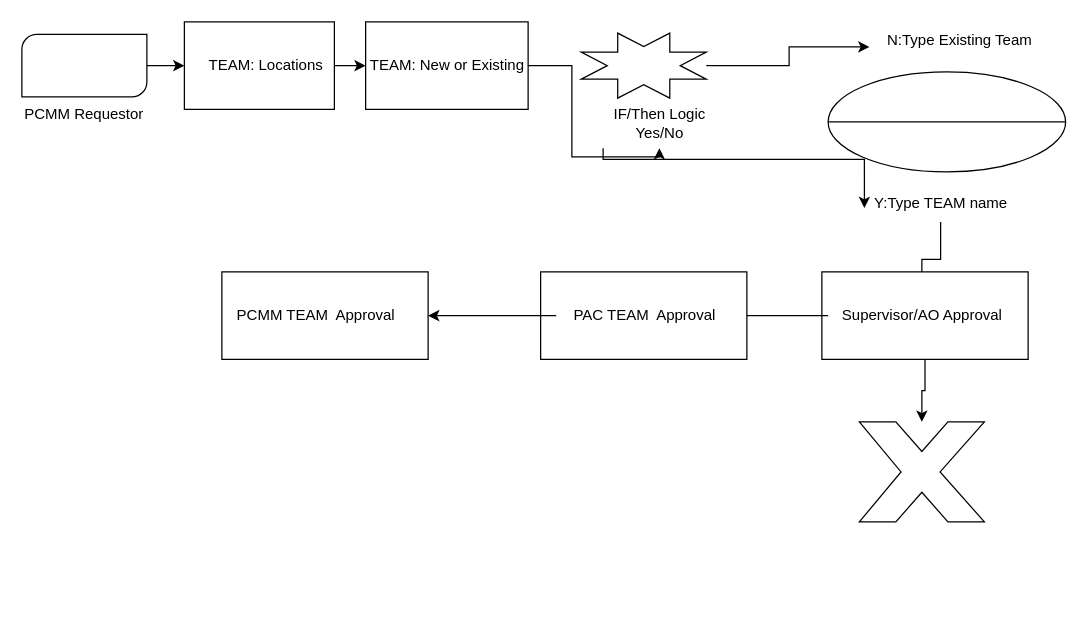
The draw.io diagram page "PAC Team POC Draft" (2 of 2) of Copy of PCMM Basic LEAF DRAFT.drawio in Edward-Bailey1/PCMM, before the edit. Source tidied: cells renumbered, new cells numbered last; positions are measured from the earlier drawing's top-left corner, leaving out a move shared by most shapes. Both pictures are drawn from the tidied source at 125%, with x=0, y=0 at pixel (21, 21).
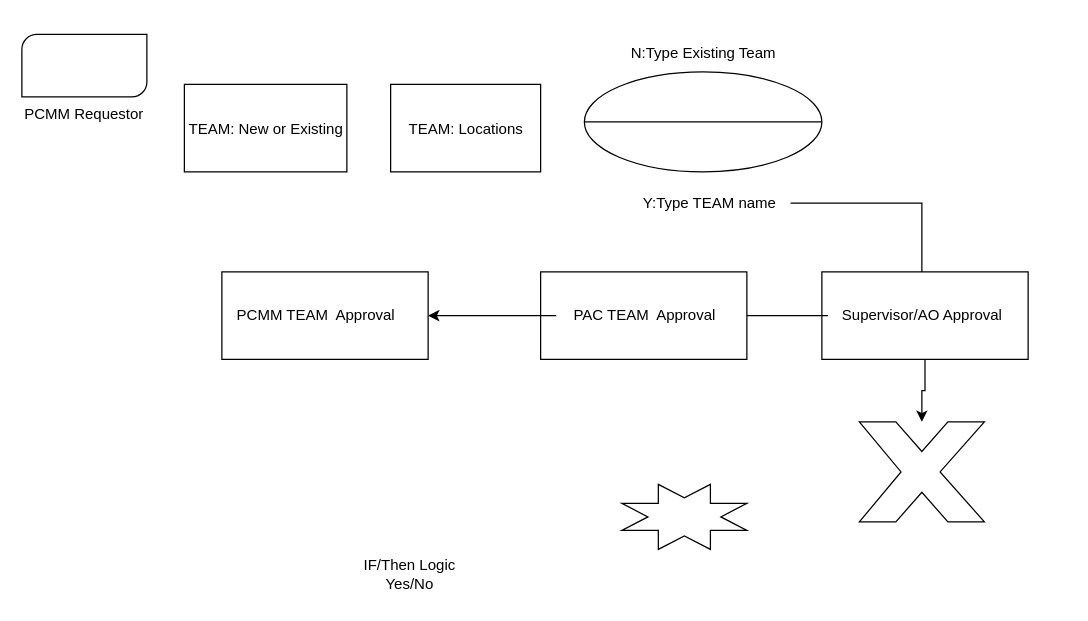
After the change.

Unchanged cells that the change refers to:
```xml
<mxCell id="3" value="PCMM Requestor" style="verticalLabelPosition=bottom;verticalAlign=top;html=1;shape=mxgraph.basic.diag_round_rect;dx=6;whiteSpace=wrap;" parent="1" vertex="1">
  <mxGeometry y="10" width="100" height="50" as="geometry" />
</mxCell>
```

The edit, as a diff of the source:
```diff
@@
-    <mxCell id="2" style="edgeStyle=orthogonalEdgeStyle;rounded=0;jettySize=auto;html=1;" parent="1" edge="1" source="3" target="5">
-      <mxGeometry relative="1" as="geometry" />
-    </mxCell>
@@
-    <mxCell id="4" style="edgeStyle=orthogonalEdgeStyle;rounded=0;jettySize=auto;html=1;" parent="1" edge="1" source="5" target="8">
-      <mxGeometry relative="1" as="geometry" />
-    </mxCell>
     <mxCell id="5" style="verticalLabelPosition=bottom;verticalAlign=top;html=1;shape=mxgraph.basic.rect;fillColor2=none;strokeWidth=1;size=20;indent=5;" parent="1" vertex="1">
-      <mxGeometry x="130" width="120" height="70" as="geometry" />
+      <mxGeometry x="295" y="50" width="120" height="70" as="geometry" />
     </mxCell>
     <mxCell id="6" value="TEAM: Locations" style="text;html=1;align=center;verticalAlign=middle;strokeColor=none;fillColor=none;" parent="1" vertex="1">
-      <mxGeometry x="140" y="20" width="110" height="30" as="geometry" />
+      <mxGeometry x="300" y="71" width="110" height="30" as="geometry" />
     </mxCell>
-    <mxCell id="7" style="edgeStyle=orthogonalEdgeStyle;rounded=0;jettySize=auto;html=1;" parent="1" edge="1" source="8" target="11">
-      <mxGeometry relative="1" as="geometry">
-        <Array as="points">
-          <mxPoint x="440" y="35" />
-          <mxPoint x="440" y="108" />
-        </Array>
-      </mxGeometry>
-    </mxCell>
     <mxCell id="8" style="verticalLabelPosition=bottom;verticalAlign=top;html=1;shape=mxgraph.basic.rect;fillColor2=none;strokeWidth=1;size=20;indent=5;" parent="1" vertex="1">
-      <mxGeometry x="275" width="130" height="70" as="geometry" />
+      <mxGeometry x="130" y="50" width="130" height="70" as="geometry" />
     </mxCell>
     <mxCell id="9" value="TEAM: New or Existing" style="text;html=1;align=center;verticalAlign=middle;strokeColor=none;fillColor=none;" parent="1" vertex="1">
-      <mxGeometry x="265" y="20" width="150" height="30" as="geometry" />
+      <mxGeometry x="120" y="71" width="150" height="30" as="geometry" />
     </mxCell>
     <mxCell id="10" style="verticalLabelPosition=bottom;verticalAlign=top;html=1;shape=mxgraph.basic.8_point_star;" parent="1" vertex="1">
-      <mxGeometry x="447.5" y="9" width="100" height="52" as="geometry" />
+      <mxGeometry x="480" y="370" width="100" height="52" as="geometry" />
     </mxCell>
     <mxCell id="11" value="IF/Then Logic&lt;br&gt;Yes/No" style="text;html=1;align=center;verticalAlign=middle;points=[];strokeColor=none;fillColor=none;" parent="1" vertex="1">
-      <mxGeometry x="460" y="61" width="100" height="40" as="geometry" />
+      <mxGeometry x="260" y="422" width="100" height="40" as="geometry" />
     </mxCell>
@@
     <mxCell id="13" value="Y:Type TEAM name" style="text;html=1;align=center;verticalAlign=middle;points=[];strokeColor=none;fillColor=none;" parent="1" vertex="1">
-      <mxGeometry x="670" y="130" width="130" height="30" as="geometry" />
+      <mxGeometry x="485" y="130" width="130" height="30" as="geometry" />
     </mxCell>
     <mxCell id="14" value="N:Type Existing Team" style="text;html=1;align=center;verticalAlign=middle;points=[];strokeColor=none;fillColor=none;" parent="1" vertex="1">
-      <mxGeometry x="680" width="140" height="30" as="geometry" />
+      <mxGeometry x="475" y="10" width="140" height="30" as="geometry" />
     </mxCell>
@@
     <mxCell id="19" style="shape=lineEllipse;line=vertical;perimeter=ellipsePerimeter;whiteSpace=wrap;html=1;backgroundOutline=1;direction=south;" parent="1" vertex="1">
-      <mxGeometry x="645" y="40" width="190" height="80" as="geometry" />
+      <mxGeometry x="450" y="40" width="190" height="80" as="geometry" />
     </mxCell>
@@
-    <mxCell id="25" style="edgeStyle=orthogonalEdgeStyle;rounded=0;jettySize=auto;html=1;entryX=-0.014;entryY=0.667;entryDx=0;entryDy=0;entryPerimeter=0;" parent="1" edge="1" source="10" target="14">
-      <mxGeometry relative="1" as="geometry" />
-    </mxCell>
-    <mxCell id="26" style="edgeStyle=orthogonalEdgeStyle;rounded=0;jettySize=auto;html=1;entryX=0.031;entryY=0.633;entryDx=0;entryDy=0;entryPerimeter=0;" parent="1" edge="1" source="11" target="13">
-      <mxGeometry relative="1" as="geometry">
-        <Array as="points">
-          <mxPoint x="465" y="110" />
-          <mxPoint x="674" y="110" />
-        </Array>
-      </mxGeometry>
-    </mxCell>
```
